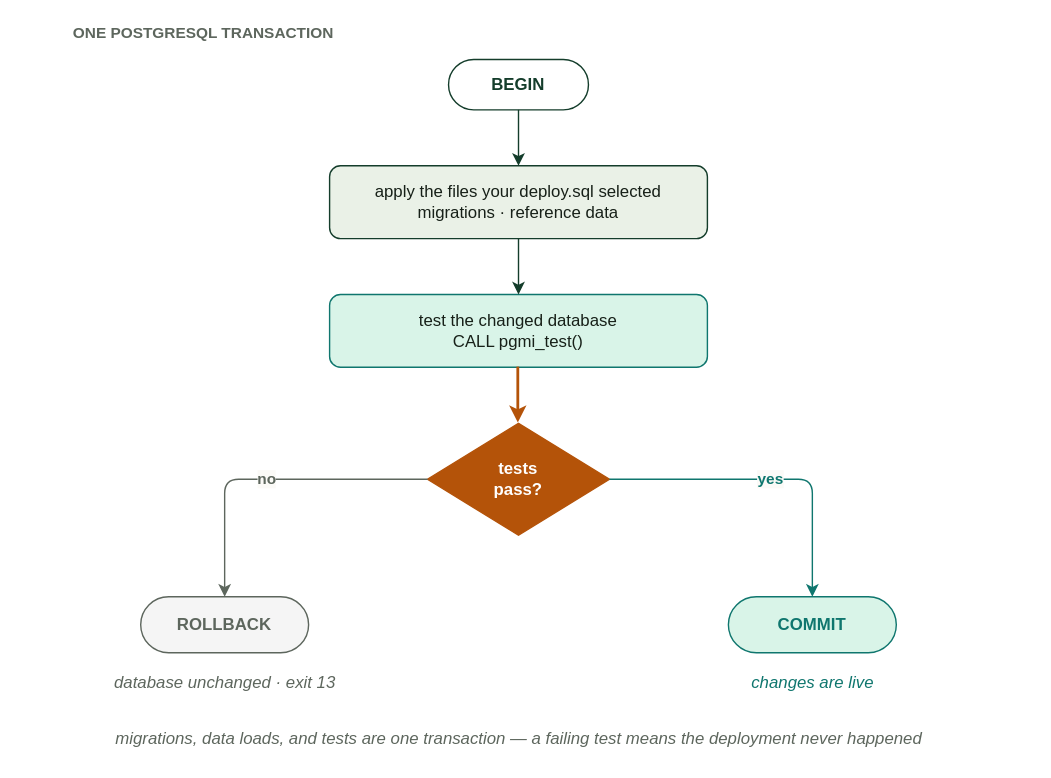
Before: docs/diagrams/d00-test-gated-deploy.drawio.svg, a diagram exported from draw.io (vvka-141/pgmi). Source tidied: cells renumbered, new cells last; positions are measured from the earlier drawing's top-left corner, leaving out a move shared by most shapes. The source it was exported from:
```xml
<mxGraphModel background="#fbfaf7">
  <root>
    <mxCell id="0" />
    <mxCell id="1" parent="0" />
    <mxCell id="2" value="ONE POSTGRESQL TRANSACTION" style="text;html=1;align=left;fontStyle=1;fontSize=11;fontColor=#5d665d;" parent="1" vertex="1">
      <mxGeometry x="40" width="280" height="20" as="geometry" />
    </mxCell>
    <mxCell id="3" value="BEGIN" style="rounded=1;arcSize=50;whiteSpace=wrap;html=1;fillColor=#ffffff;strokeColor=#143d2b;fontColor=#143d2b;fontStyle=1;fontSize=12;" parent="1" vertex="1">
      <mxGeometry x="310" y="32" width="100" height="36" as="geometry" />
    </mxCell>
    <mxCell id="4" value="apply the files your deploy.sql selected&#10;migrations · reference data" style="rounded=1;whiteSpace=wrap;html=1;fillColor=#eaf1e7;strokeColor=#143d2b;fontColor=#172018;fontSize=12;" parent="1" vertex="1">
      <mxGeometry x="225" y="108" width="270" height="52" as="geometry" />
    </mxCell>
    <mxCell id="5" value="test the changed database&#10;CALL pgmi_test()" style="rounded=1;whiteSpace=wrap;html=1;fillColor=#d9f4e8;strokeColor=#0f766e;fontColor=#172018;fontSize=12;" parent="1" vertex="1">
      <mxGeometry x="225" y="200" width="270" height="52" as="geometry" />
    </mxCell>
    <mxCell id="6" value="tests&#10;pass?" style="rhombus;whiteSpace=wrap;html=1;fillColor=#b45309;strokeColor=#b45309;fontColor=#ffffff;fontStyle=1;fontSize=12;" parent="1" vertex="1">
      <mxGeometry x="295" y="292" width="130" height="80" as="geometry" />
    </mxCell>
    <mxCell id="7" value="COMMIT" style="rounded=1;arcSize=50;whiteSpace=wrap;html=1;fillColor=#d9f4e8;strokeColor=#0f766e;fontColor=#0f766e;fontStyle=1;fontSize=12;" parent="1" vertex="1">
      <mxGeometry x="510" y="416" width="120" height="40" as="geometry" />
    </mxCell>
    <mxCell id="8" value="ROLLBACK" style="rounded=1;arcSize=50;whiteSpace=wrap;html=1;fillColor=#f5f5f5;strokeColor=#5d665d;fontColor=#5d665d;fontStyle=1;fontSize=12;" parent="1" vertex="1">
      <mxGeometry x="90" y="416" width="120" height="40" as="geometry" />
    </mxCell>
    <mxCell id="9" value="changes are live" style="text;html=1;align=center;fontStyle=2;fontSize=12;fontColor=#0f766e;" parent="1" vertex="1">
      <mxGeometry x="490" y="464" width="160" height="20" as="geometry" />
    </mxCell>
    <mxCell id="10" value="database unchanged · exit 13" style="text;html=1;align=center;fontStyle=2;fontSize=12;fontColor=#5d665d;" parent="1" vertex="1">
      <mxGeometry x="60" y="464" width="180" height="20" as="geometry" />
    </mxCell>
    <mxCell id="11" style="html=1;endArrow=classic;strokeColor=#143d2b;exitX=0.5;exitY=1;entryX=0.5;entryY=0;" parent="1" edge="1" source="3" target="4">
      <mxGeometry relative="1" as="geometry" />
    </mxCell>
    <mxCell id="12" style="html=1;endArrow=classic;strokeColor=#143d2b;exitX=0.5;exitY=1;entryX=0.5;entryY=0;" parent="1" edge="1" source="4" target="5">
      <mxGeometry relative="1" as="geometry" />
    </mxCell>
    <mxCell id="13" style="html=1;endArrow=classic;strokeColor=#b45309;strokeWidth=2;exitX=0.5;exitY=1;entryX=0.5;entryY=0;" parent="1" edge="1" source="5" target="6">
      <mxGeometry relative="1" as="geometry" />
    </mxCell>
    <mxCell id="14" value="yes" style="html=1;endArrow=classic;strokeColor=#0f766e;fontColor=#0f766e;fontStyle=1;fontSize=11;labelBackgroundColor=#fbfaf7;edgeStyle=orthogonalEdgeStyle;rounded=1;exitX=1;exitY=0.5;entryX=0.5;entryY=0;" parent="1" edge="1" source="6" target="7">
      <mxGeometry relative="1" as="geometry">
        <Array as="points">
          <mxPoint x="570" y="332" />
        </Array>
      </mxGeometry>
    </mxCell>
    <mxCell id="15" value="no" style="html=1;endArrow=classic;strokeColor=#5d665d;fontColor=#5d665d;fontStyle=1;fontSize=11;labelBackgroundColor=#fbfaf7;edgeStyle=orthogonalEdgeStyle;rounded=1;exitX=0;exitY=0.5;entryX=0.5;entryY=0;" parent="1" edge="1" source="6" target="8">
      <mxGeometry relative="1" as="geometry">
        <Array as="points">
          <mxPoint x="150" y="332" />
        </Array>
      </mxGeometry>
    </mxCell>
    <mxCell id="16" value="migrations, data loads, and tests are one transaction — a failing test means the deployment never happened" style="text;html=1;align=center;fontStyle=2;fontSize=12;fontColor=#5d665d;" parent="1" vertex="1">
      <mxGeometry y="504" width="720" height="20" as="geometry" />
    </mxCell>
  </root>
</mxGraphModel>
```
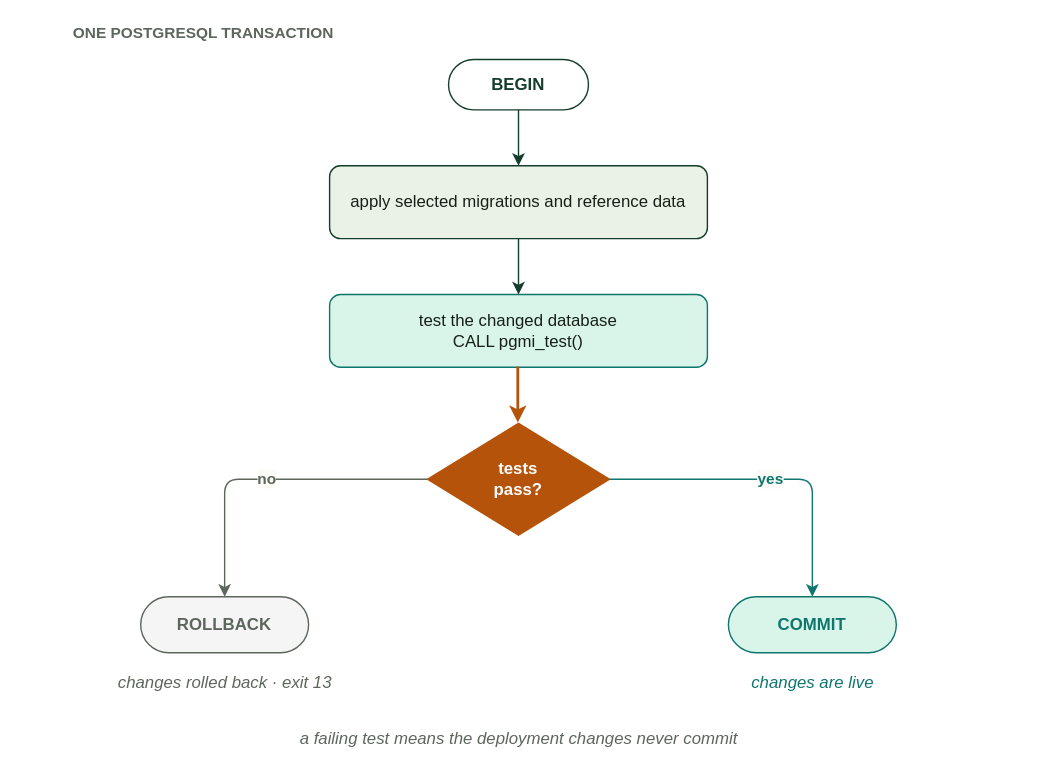
The same file after the commit.

Diff of the diagram source:
```diff
@@ -8,7 +8,7 @@
     <mxCell id="3" value="BEGIN" style="rounded=1;arcSize=50;whiteSpace=wrap;html=1;fillColor=#ffffff;strokeColor=#143d2b;fontColor=#143d2b;fontStyle=1;fontSize=12;" parent="1" vertex="1">
       <mxGeometry x="310" y="32" width="100" height="36" as="geometry" />
     </mxCell>
-    <mxCell id="4" value="apply the files your deploy.sql selected&#10;migrations · reference data" style="rounded=1;whiteSpace=wrap;html=1;fillColor=#eaf1e7;strokeColor=#143d2b;fontColor=#172018;fontSize=12;" parent="1" vertex="1">
+    <mxCell id="4" value="apply selected migrations and reference data" style="rounded=1;whiteSpace=wrap;html=1;fillColor=#eaf1e7;strokeColor=#143d2b;fontColor=#172018;fontSize=12;" parent="1" vertex="1">
       <mxGeometry x="225" y="108" width="270" height="52" as="geometry" />
     </mxCell>
     <mxCell id="5" value="test the changed database&#10;CALL pgmi_test()" style="rounded=1;whiteSpace=wrap;html=1;fillColor=#d9f4e8;strokeColor=#0f766e;fontColor=#172018;fontSize=12;" parent="1" vertex="1">
@@ -26,7 +26,7 @@
     <mxCell id="9" value="changes are live" style="text;html=1;align=center;fontStyle=2;fontSize=12;fontColor=#0f766e;" parent="1" vertex="1">
       <mxGeometry x="490" y="464" width="160" height="20" as="geometry" />
     </mxCell>
-    <mxCell id="10" value="database unchanged · exit 13" style="text;html=1;align=center;fontStyle=2;fontSize=12;fontColor=#5d665d;" parent="1" vertex="1">
+    <mxCell id="10" value="changes rolled back · exit 13" style="text;html=1;align=center;fontStyle=2;fontSize=12;fontColor=#5d665d;" parent="1" vertex="1">
       <mxGeometry x="60" y="464" width="180" height="20" as="geometry" />
     </mxCell>
     <mxCell id="11" style="html=1;endArrow=classic;strokeColor=#143d2b;exitX=0.5;exitY=1;entryX=0.5;entryY=0;" parent="1" edge="1" source="3" target="4">
@@ -52,7 +52,7 @@
         </Array>
       </mxGeometry>
     </mxCell>
-    <mxCell id="16" value="migrations, data loads, and tests are one transaction — a failing test means the deployment never happened" style="text;html=1;align=center;fontStyle=2;fontSize=12;fontColor=#5d665d;" parent="1" vertex="1">
+    <mxCell id="16" value="a failing test means the deployment changes never commit" style="text;html=1;align=center;fontStyle=2;fontSize=12;fontColor=#5d665d;" parent="1" vertex="1">
       <mxGeometry y="504" width="720" height="20" as="geometry" />
     </mxCell>
   </root>
```
